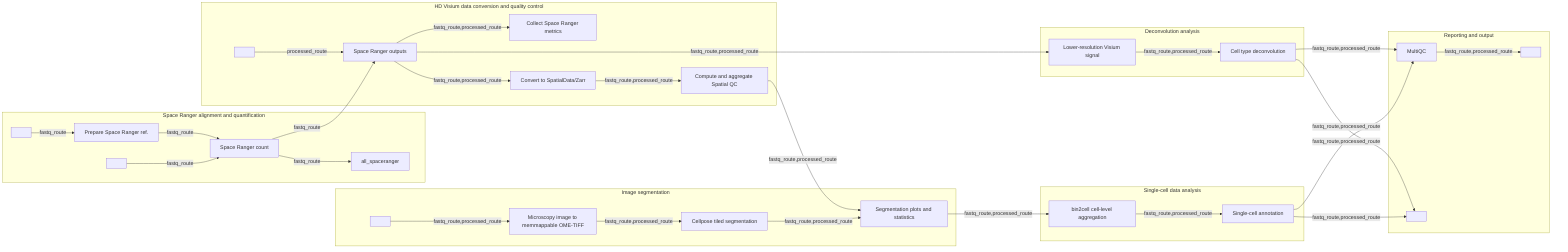
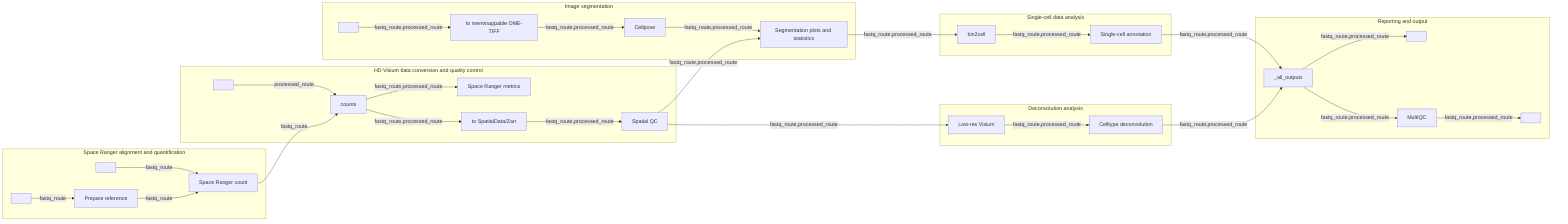
%%metro title: nfdata-omics/spatialomics
%%metro legend: bl

%%metro files: fastq_in | FASTQ | Raw sequencing reads
%%metro dir: spaceranger_existing_in | Outs | Preprocessed Space Ranger output
- %%metro file: microscopy_image_in | Image | High-resolution microscopy image
- %%metro files: reference_files_in | Reference | Reference files
+ %%metro file: microscopy_image_in | Img | High-resolution microscopy
+ %%metro files: reference_files_in | Ref | Reference files

%%metro file: report_out | HTML | MultiQC report
%%metro dir: results_out | Results | Published outputs

%%metro line: fastq_route | Start from FASTQ files | #2699CB
%%metro line: processed_route | Start from processed Space Ranger outs | #96C95D

- 
graph LR

    subgraph fastq_alignment [Space Ranger alignment and quantification]
        reference_files_in[ ]
        fastq_in[ ]
-         prepare_ref[Prepare Space Ranger ref.]
+         prepare_ref[Prepare reference]
        spaceranger_count[Space Ranger count]
        reference_files_in -->|fastq_route| prepare_ref
-         spaceranger_count -->|fastq_route| all_spaceranger
        prepare_ref -->|fastq_route| spaceranger_count
        fastq_in -->|fastq_route| spaceranger_count
    end

-     spaceranger_count -->|fastq_route| space_ranger_outputs
+     spaceranger_count -->|fastq_route| _space_ranger_outputs

    subgraph visium_qc [HD Visium data conversion and quality control]
        spaceranger_existing_in[ ]
-         space_ranger_outputs[Space Ranger outputs]
-         collect_spaceranger_metrics[Collect Space Ranger metrics]
-         spaceranger_to_zarr[Convert to SpatialData/Zarr]
-         spatial_quality_control[Compute and aggregate Spatial QC]
+         _space_ranger_outputs[counts]
+         collect_spaceranger_metrics[Space Ranger metrics]
+         spaceranger_to_zarr[to SpatialData/Zarr]
+         spatial_quality_control[Spatial QC]

-         spaceranger_existing_in -->|processed_route| space_ranger_outputs
-         space_ranger_outputs -->|fastq_route,processed_route| spaceranger_to_zarr
+         spaceranger_existing_in -->|processed_route| _space_ranger_outputs
+         _space_ranger_outputs -->|fastq_route,processed_route| spaceranger_to_zarr
        spaceranger_to_zarr -->|fastq_route,processed_route| spatial_quality_control
-         space_ranger_outputs -->|fastq_route,processed_route| collect_spaceranger_metrics
+         _space_ranger_outputs -->|fastq_route,processed_route| collect_spaceranger_metrics

    end

-     spatial_quality_control -->|fastq_route,processed_route| segmentation_plots
+     spatial_quality_control -->|fastq_route,processed_route| lower_resolution_visium

    subgraph image_segmentation [Image segmentation]
        microscopy_image_in[ ]
-         image_to_tiff[Microscopy image to memmappable OME-TIFF]
-         cellpose[Cellpose tiled segmentation]
+         image_to_tiff[to memmappable OME-TIFF]
+         cellpose[Cellpose]
        segmentation_plots[Segmentation plots and statistics]

        microscopy_image_in -->|fastq_route,processed_route| image_to_tiff
        image_to_tiff -->|fastq_route,processed_route| cellpose
        cellpose -->|fastq_route,processed_route| segmentation_plots
    end

    segmentation_plots -->|fastq_route,processed_route| bin2cell

    subgraph single_cell_analysis [Single-cell data analysis]
-         bin2cell[bin2cell cell-level aggregation]
+         %%metro direction: LR
+         bin2cell[bin2cell]
        single_cell_annotation[Single-cell annotation]

        bin2cell -->|fastq_route,processed_route| single_cell_annotation
    end

-     space_ranger_outputs -->|fastq_route,processed_route| lower_resolution_visium
- 
    subgraph deconvolution [Deconvolution analysis]
-         lower_resolution_visium[Lower-resolution Visium signal]
-         cell_type_deconvolution[Cell type deconvolution]
+         %%metro direction: LR
+         lower_resolution_visium[Low-res Visium]
+         cell_type_deconvolution[Celltype deconvolution]

        lower_resolution_visium -->|fastq_route,processed_route| cell_type_deconvolution
    end

-     cell_type_deconvolution -->|fastq_route,processed_route| multiqc
-     cell_type_deconvolution -->|fastq_route,processed_route| results_out
-     single_cell_annotation -->|fastq_route,processed_route| multiqc
-     single_cell_annotation -->|fastq_route,processed_route| results_out
+     spatial_quality_control -->|fastq_route,processed_route| segmentation_plots
+ 
+     cell_type_deconvolution -->|fastq_route,processed_route| _all_outputs
+     single_cell_annotation -->|fastq_route,processed_route| _all_outputs

    subgraph reporting [Reporting and output]
+         %%metro direction: LR
+         _all_outputs
        multiqc[MultiQC]
        report_out[ ]
        results_out[ ]

+         _all_outputs -->|fastq_route,processed_route| multiqc
+         _all_outputs -->|fastq_route,processed_route| results_out
        multiqc -->|fastq_route,processed_route| report_out
    end
